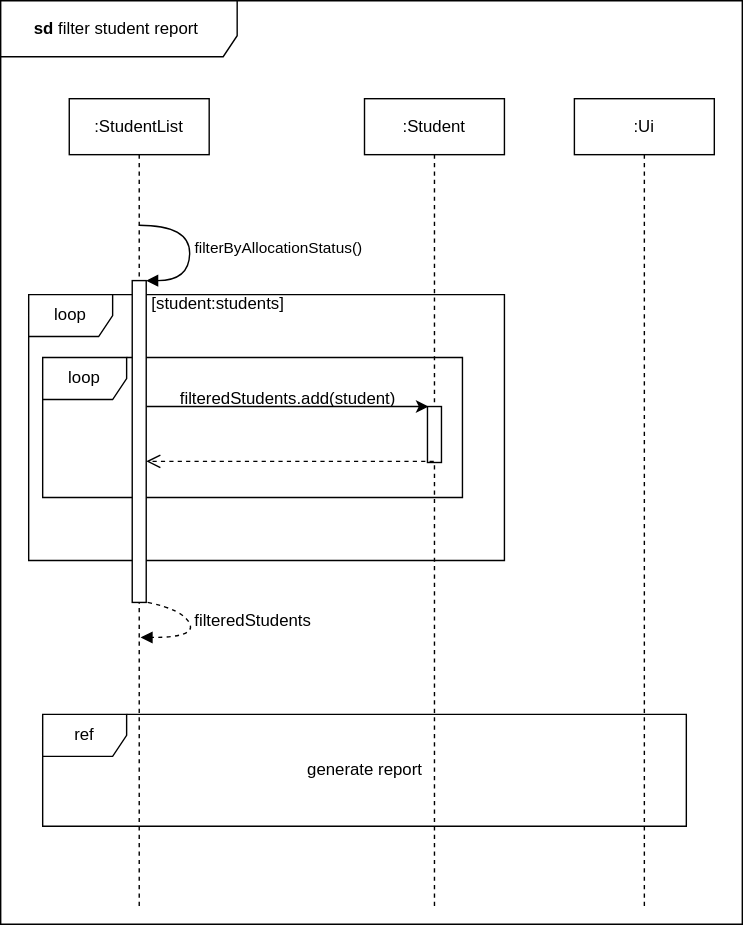
Earlier version of the draw.io export docs/UML_Diagrams/FilterStudentReportsd.drawio.svg (paulktham/tp). Source tidied: cells renumbered, new cells last; positions are measured from the earlier drawing's top-left corner, leaving out a move shared by most shapes. Source of this version:
```xml
<mxGraphModel>
  <root>
    <mxCell id="0" />
    <mxCell id="1" parent="0" />
    <mxCell id="2" value="loop" style="shape=umlFrame;whiteSpace=wrap;html=1;" parent="1" vertex="1">
      <mxGeometry x="30" y="255" width="300" height="100" as="geometry" />
    </mxCell>
    <mxCell id="3" value="loop" style="shape=umlFrame;whiteSpace=wrap;html=1;" parent="1" vertex="1">
      <mxGeometry x="20" y="210" width="340" height="190" as="geometry" />
    </mxCell>
    <mxCell id="4" value="&lt;b&gt;sd &lt;/b&gt;filter student report&amp;nbsp;" style="shape=umlFrame;whiteSpace=wrap;html=1;width=169;height=40;" parent="1" vertex="1">
      <mxGeometry width="530" height="660" as="geometry" />
    </mxCell>
    <mxCell id="5" value=":StudentList" style="shape=umlLifeline;perimeter=lifelinePerimeter;whiteSpace=wrap;html=1;outlineConnect=0;portConstraint=eastwest;newEdgeStyle={&quot;edgeStyle&quot;:&quot;elbowEdgeStyle&quot;,&quot;elbow&quot;:&quot;vertical&quot;,&quot;curved&quot;:0,&quot;rounded&quot;:0};" parent="1" vertex="1">
      <mxGeometry x="49" y="70" width="100" height="580" as="geometry" />
    </mxCell>
    <mxCell id="6" value="filterByAllocationStatus()" style="html=1;align=left;spacingLeft=2;endArrow=block;rounded=0;edgeStyle=orthogonalEdgeStyle;curved=1;rounded=0;exitX=0.498;exitY=0.156;exitDx=0;exitDy=0;exitPerimeter=0;" parent="5" edge="1" source="5" target="7">
      <mxGeometry relative="1" as="geometry">
        <Array as="points">
          <mxPoint x="86" y="91" />
          <mxPoint x="86" y="130" />
        </Array>
      </mxGeometry>
    </mxCell>
    <mxCell id="7" style="html=1;points=[[0,0,0,0,5],[0,1,0,0,-5],[1,0,0,0,5],[1,1,0,0,-5]];perimeter=orthogonalPerimeter;outlineConnect=0;targetShapes=umlLifeline;portConstraint=eastwest;newEdgeStyle={&quot;curved&quot;:0,&quot;rounded&quot;:0};" parent="5" vertex="1">
      <mxGeometry x="45" y="130" width="10" height="230" as="geometry" />
    </mxCell>
    <mxCell id="8" value=":Ui" style="shape=umlLifeline;perimeter=lifelinePerimeter;whiteSpace=wrap;html=1;newEdgeStyle={&quot;edgeStyle&quot;:&quot;elbowEdgeStyle&quot;,&quot;elbow&quot;:&quot;vertical&quot;,&quot;curved&quot;:0,&quot;rounded&quot;:0};" parent="1" vertex="1">
      <mxGeometry x="410" y="70" width="100" height="580" as="geometry" />
    </mxCell>
    <mxCell id="9" value="ref" style="shape=umlFrame;whiteSpace=wrap;html=1;" parent="1" vertex="1">
      <mxGeometry x="30" y="510" width="460" height="80" as="geometry" />
    </mxCell>
    <mxCell id="10" value="generate report" style="text;html=1;align=center;verticalAlign=middle;strokeColor=none;fillColor=none;" parent="1" vertex="1">
      <mxGeometry x="205" y="535" width="110" height="30" as="geometry" />
    </mxCell>
    <mxCell id="11" value=":Student" style="shape=umlLifeline;perimeter=lifelinePerimeter;whiteSpace=wrap;html=1;outlineConnect=0;portConstraint=eastwest;newEdgeStyle={&quot;edgeStyle&quot;:&quot;elbowEdgeStyle&quot;,&quot;elbow&quot;:&quot;vertical&quot;,&quot;curved&quot;:0,&quot;rounded&quot;:0};" parent="1" vertex="1">
      <mxGeometry x="260" y="70" width="100" height="580" as="geometry" />
    </mxCell>
    <mxCell id="12" style="html=1;perimeter=orthogonalPerimeter;targetShapes=umlLifeline;newEdgeStyle={&quot;curved&quot;:0,&quot;rounded&quot;:0};" parent="11" vertex="1">
      <mxGeometry x="45" y="220" width="10" height="40" as="geometry" />
    </mxCell>
    <mxCell id="13" style="endArrow=classic;html=1;rounded=0;" parent="1" edge="1">
      <mxGeometry relative="1" as="geometry">
        <mxPoint x="104.3" y="290" as="sourcePoint" />
        <mxPoint x="305.7" y="290" as="targetPoint" />
      </mxGeometry>
    </mxCell>
    <mxCell id="14" value="[student:students]" style="text;html=1;align=center;verticalAlign=middle;strokeColor=none;fillColor=none;" parent="1" vertex="1">
      <mxGeometry x="95" y="202" width="120" height="30" as="geometry" />
    </mxCell>
    <mxCell id="15" value="filteredStudents.add(student)" style="text;html=1;align=center;verticalAlign=middle;strokeColor=none;fillColor=none;" parent="1" vertex="1">
      <mxGeometry x="115" y="270" width="180" height="30" as="geometry" />
    </mxCell>
    <mxCell id="16" style="html=1;verticalAlign=bottom;endArrow=open;dashed=1;endSize=8;edgeStyle=elbowEdgeStyle;elbow=horizontal;curved=0;rounded=0;" parent="1" edge="1" source="11" target="7">
      <mxGeometry relative="1" as="geometry">
        <Array as="points">
          <mxPoint x="191" y="329.2" />
        </Array>
      </mxGeometry>
    </mxCell>
    <mxCell id="17" style="html=1;verticalAlign=bottom;endArrow=block;elbow=vertical;rounded=0;curved=1;dashed=1;" parent="1" edge="1">
      <mxGeometry y="41" relative="1" as="geometry">
        <mxPoint x="105" y="430" as="sourcePoint" />
        <mxPoint x="100" y="455" as="targetPoint" />
        <Array as="points">
          <mxPoint x="130" y="435" />
          <mxPoint x="140" y="455" />
        </Array>
        <mxPoint x="22" y="-27" as="offset" />
      </mxGeometry>
    </mxCell>
    <mxCell id="18" value="filteredStudents" style="text;html=1;align=center;verticalAlign=middle;strokeColor=none;fillColor=none;" parent="1" vertex="1">
      <mxGeometry x="125" y="428" width="110" height="30" as="geometry" />
    </mxCell>
  </root>
</mxGraphModel>
```
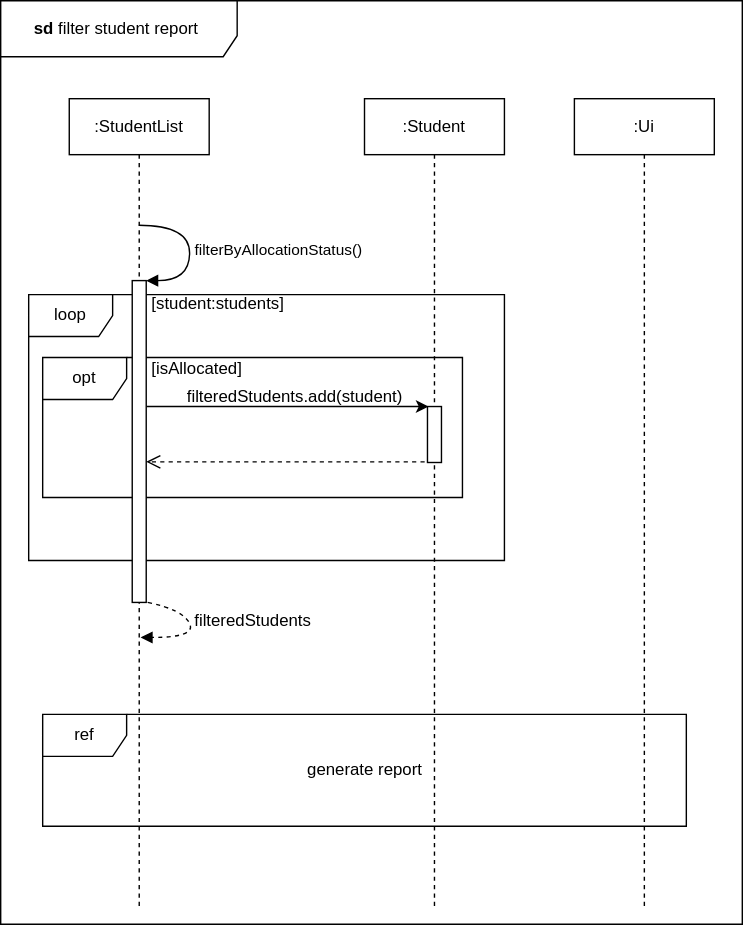
After the commit.

Commit message:
Add find and filter to DG

Diff of the diagram source:
```diff
@@ -2,7 +2,7 @@
   <root>
     <mxCell id="0" />
     <mxCell id="1" parent="0" />
-    <mxCell id="2" value="loop" style="shape=umlFrame;whiteSpace=wrap;html=1;" parent="1" vertex="1">
+    <mxCell id="2" value="opt" style="shape=umlFrame;whiteSpace=wrap;html=1;" parent="1" vertex="1">
       <mxGeometry x="30" y="255" width="300" height="100" as="geometry" />
     </mxCell>
     <mxCell id="3" value="loop" style="shape=umlFrame;whiteSpace=wrap;html=1;" parent="1" vertex="1">
@@ -50,12 +50,13 @@
       <mxGeometry x="95" y="202" width="120" height="30" as="geometry" />
     </mxCell>
     <mxCell id="15" value="filteredStudents.add(student)" style="text;html=1;align=center;verticalAlign=middle;strokeColor=none;fillColor=none;" parent="1" vertex="1">
-      <mxGeometry x="115" y="270" width="180" height="30" as="geometry" />
+      <mxGeometry x="120" y="268" width="180" height="30" as="geometry" />
     </mxCell>
-    <mxCell id="16" style="html=1;verticalAlign=bottom;endArrow=open;dashed=1;endSize=8;edgeStyle=elbowEdgeStyle;elbow=horizontal;curved=0;rounded=0;" parent="1" edge="1" source="11" target="7">
+    <mxCell id="16" style="html=1;verticalAlign=bottom;endArrow=open;dashed=1;endSize=8;edgeStyle=elbowEdgeStyle;elbow=horizontal;curved=0;rounded=0;" parent="1" edge="1" target="7">
       <mxGeometry relative="1" as="geometry">
+        <mxPoint x="303" y="329.5" as="sourcePoint" />
         <Array as="points">
-          <mxPoint x="191" y="329.2" />
+          <mxPoint x="183" y="329.5" />
         </Array>
       </mxGeometry>
     </mxCell>
@@ -73,5 +74,8 @@
     <mxCell id="18" value="filteredStudents" style="text;html=1;align=center;verticalAlign=middle;strokeColor=none;fillColor=none;" parent="1" vertex="1">
       <mxGeometry x="125" y="428" width="110" height="30" as="geometry" />
     </mxCell>
+    <mxCell id="19" value="[isAllocated]" style="text;html=1;align=center;verticalAlign=middle;strokeColor=none;fillColor=none;" parent="1" vertex="1">
+      <mxGeometry x="95" y="248" width="90" height="30" as="geometry" />
+    </mxCell>
   </root>
 </mxGraphModel>
```
